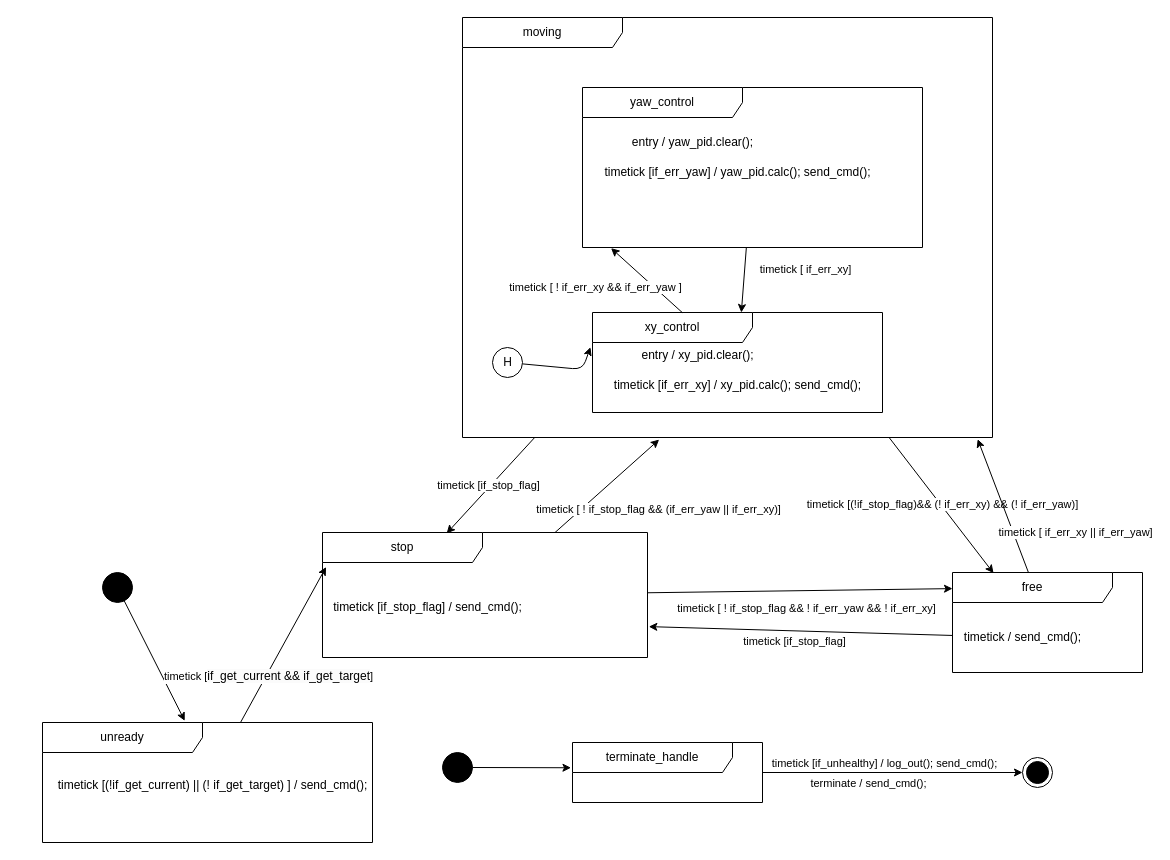
The draw.io diagram include/car_control/simpleCtrl.drawio in Ran13245/robot, before the edit. Source tidied: cells renumbered, new cells numbered last; positions are measured from the earlier drawing's top-left corner, leaving out a move shared by most shapes. Both pictures are drawn from the tidied source at 100%, with x=0, y=0 at pixel (42, 17).
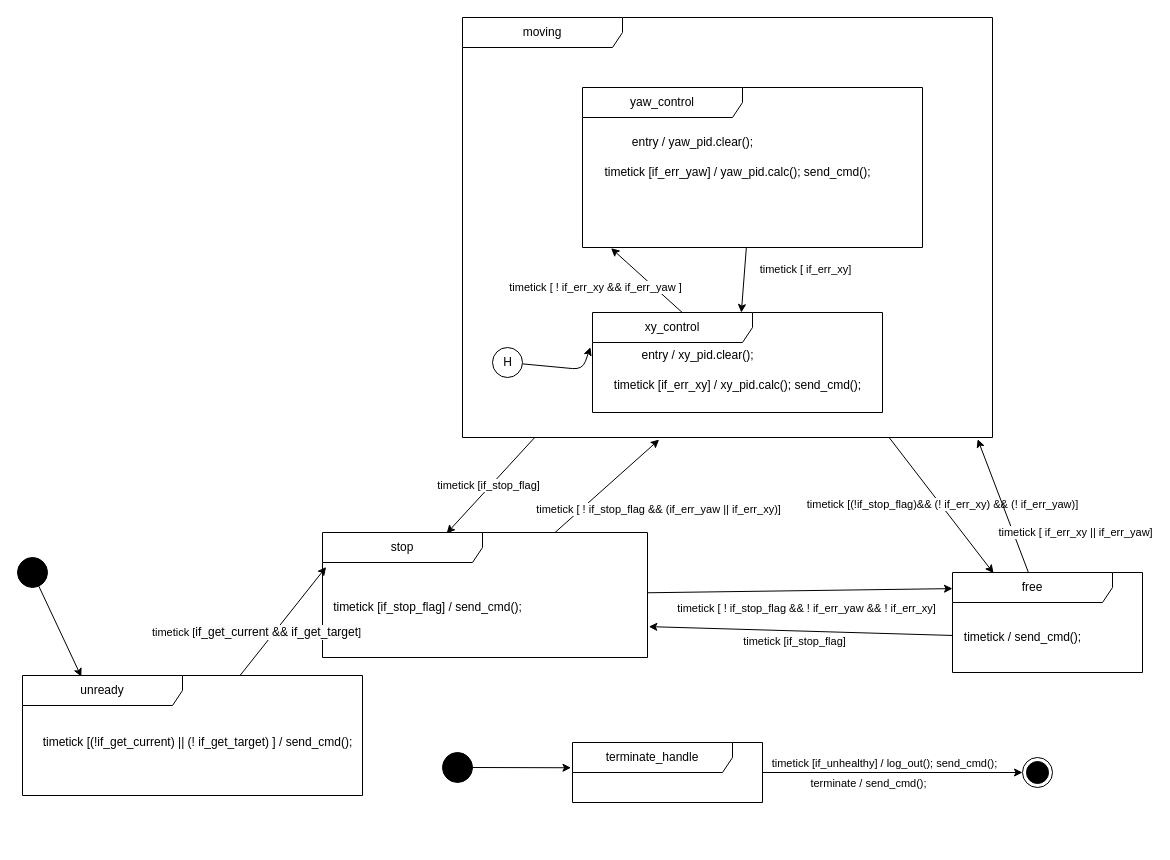
The same diagram, later.

The change refers to these unchanged cells:
```xml
<mxCell id="42" style="edgeStyle=none;html=1;entryX=0.011;entryY=0.276;entryDx=0;entryDy=0;entryPerimeter=0;" parent="1" edge="1" source="40" target="15">
  <mxGeometry relative="1" as="geometry" />
</mxCell>
```

What changed in the source:
```diff
@@
-<mxGraphModel>
+<mxGraphModel background="#ffffff">
@@
     <mxCell id="23" style="ellipse;fillColor=strokeColor;html=1;" parent="1" vertex="1">
-      <mxGeometry x="60" y="555" width="30" height="30" as="geometry" />
+      <mxGeometry x="-25" y="540" width="30" height="30" as="geometry" />
     </mxCell>
-    <mxCell id="24" style="edgeStyle=none;html=1;entryX=0.431;entryY=-0.014;entryDx=0;entryDy=0;entryPerimeter=0;" parent="1" edge="1" source="23" target="40">
+    <mxCell id="24" style="edgeStyle=none;html=1;entryX=0.173;entryY=0.01;entryDx=0;entryDy=0;entryPerimeter=0;" parent="1" edge="1" source="23" target="40">
       <mxGeometry relative="1" as="geometry" />
     </mxCell>
@@
     <mxCell id="40" value="unready" style="shape=umlFrame;whiteSpace=wrap;html=1;width=160;" parent="1" vertex="1">
-      <mxGeometry y="705" width="330" height="120" as="geometry" />
+      <mxGeometry x="-20" y="658" width="340" height="120" as="geometry" />
     </mxCell>
-    <mxCell id="41" value="&lt;span style=&quot;color: rgb(0, 0, 0);&quot;&gt;timetick [(!if_get_current) || (! if_get_target) ] / send_cmd();&lt;/span&gt;" style="text;html=1;align=center;verticalAlign=middle;strokeColor=none;fillColor=none;" parent="1" vertex="1">
-      <mxGeometry x="5" y="753" width="330" height="30" as="geometry" />
+    <mxCell id="41" value="&lt;span style=&quot;color: rgb(0, 0, 0);&quot;&gt;timetick [(!if_get_current) || (! if_get_target) ] / send_cmd();&lt;/span&gt;" style="text;html=1;align=center;verticalAlign=middle;strokeColor=none;fillColor=none;" parent="40" vertex="1">
+      <mxGeometry x="10" y="52" width="330" height="30" as="geometry" />
     </mxCell>
@@
     <mxCell id="43" value="timetick [&lt;span style=&quot;color: rgb(0, 0, 0); font-size: 12px; background-color: rgb(251, 251, 251);&quot;&gt;if_get_current &amp;amp;&amp;amp; if_get_target&lt;/span&gt;]" style="edgeLabel;html=1;align=center;verticalAlign=middle;" parent="42" vertex="1">
-      <mxGeometry x="-0.39" y="-2" relative="1" as="geometry" />
+      <mxGeometry x="-0.39" y="-2" relative="1" as="geometry">
+        <mxPoint x="-12" y="-12" as="offset" />
+      </mxGeometry>
     </mxCell>
```
